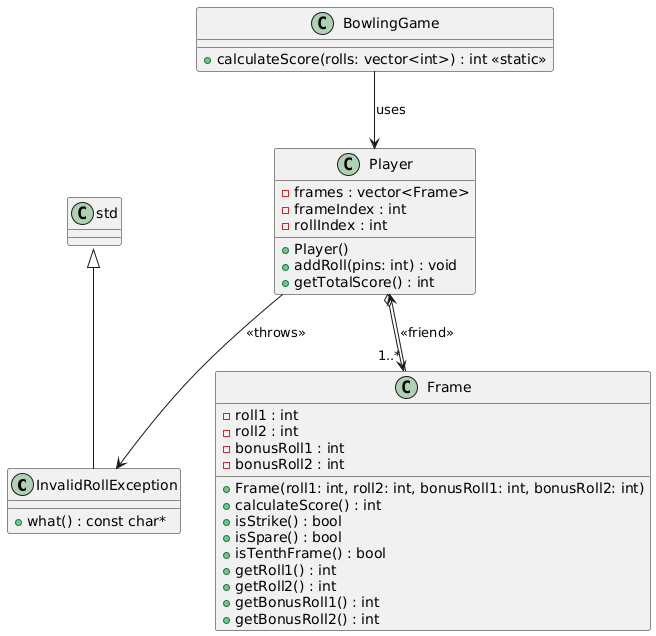
Before: bowling_game/uml_class_diagram.png, a diagram exported from PlantUML (ranganadhcode/tatatechnologies).
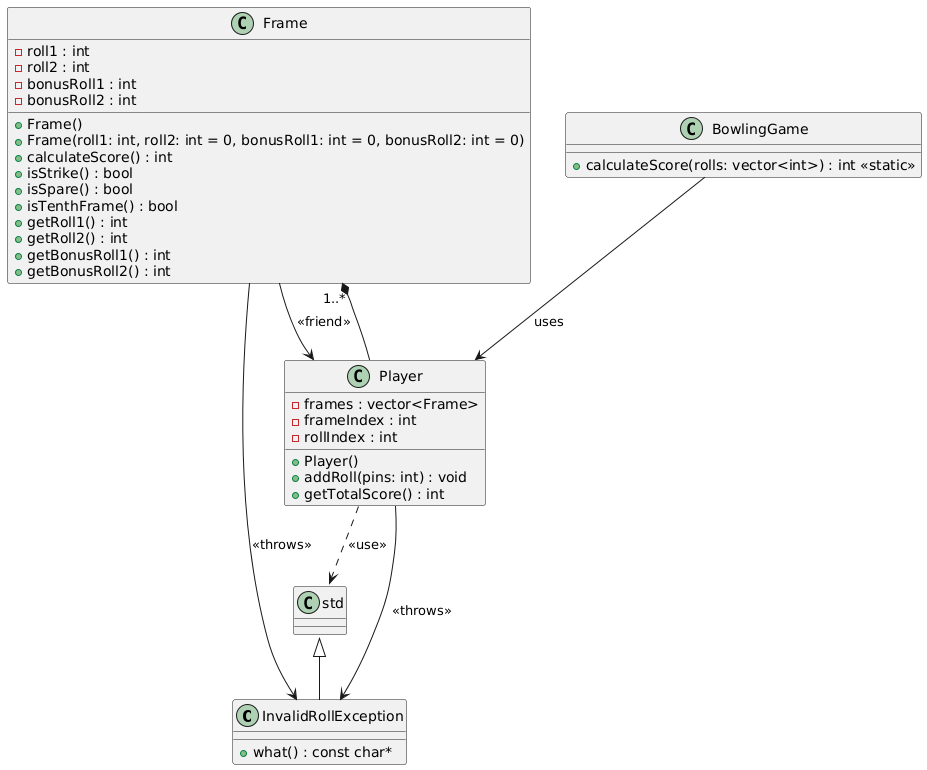
Above is the later version.

Commit message:
Update in Class diagram

Change to the diagram source:
```diff
@@ -1,40 +1,44 @@
 @startuml
 class InvalidRollException {
-  +what() : const char*
+  + what() : const char*
 }
 InvalidRollException -up-|> std::exception
 
 class Frame {
-  -roll1 : int
-  -roll2 : int
-  -bonusRoll1 : int
-  -bonusRoll2 : int
-  +Frame(roll1: int, roll2: int, bonusRoll1: int, bonusRoll2: int)
-  +calculateScore() : int
-  +isStrike() : bool
-  +isSpare() : bool
-  +isTenthFrame() : bool
-  +getRoll1() : int
-  +getRoll2() : int
-  +getBonusRoll1() : int
-  +getBonusRoll2() : int
+  - roll1 : int
+  - roll2 : int
+  - bonusRoll1 : int
+  - bonusRoll2 : int
+  + Frame()
+  + Frame(roll1: int, roll2: int = 0, bonusRoll1: int = 0, bonusRoll2: int = 0)
+  + calculateScore() : int
+  + isStrike() : bool
+  + isSpare() : bool
+  + isTenthFrame() : bool
+  + getRoll1() : int
+  + getRoll2() : int
+  + getBonusRoll1() : int
+  + getBonusRoll2() : int
+}
+Frame --> Player : <<friend>>
+Frame --> InvalidRollException : <<throws>>
+
+class Player {
+  - frames : vector<Frame>
+  - frameIndex : int
+  - rollIndex : int
+  + Player()
+  + addRoll(pins: int) : void
+  + getTotalScore() : int
 }
 
-class Player {
-  -frames : vector<Frame>
-  -frameIndex : int
-  -rollIndex : int
-  +Player()
-  +addRoll(pins: int) : void
-  +getTotalScore() : int
-}
+Player --* "1..*" Frame
+Player --> InvalidRollException : <<throws>>
 
 class BowlingGame {
-  +calculateScore(rolls: vector<int>) : int <<static>>
+  + calculateScore(rolls: vector<int>) : int <<static>>
 }
+BowlingGame --> Player : uses
 
-Player o--> "1..*" Frame
-Frame --> Player : <<friend>>
-BowlingGame --> Player : uses
-Player --> InvalidRollException : <<throws>>
+Player ..> std : <<use>>
 @enduml
```
